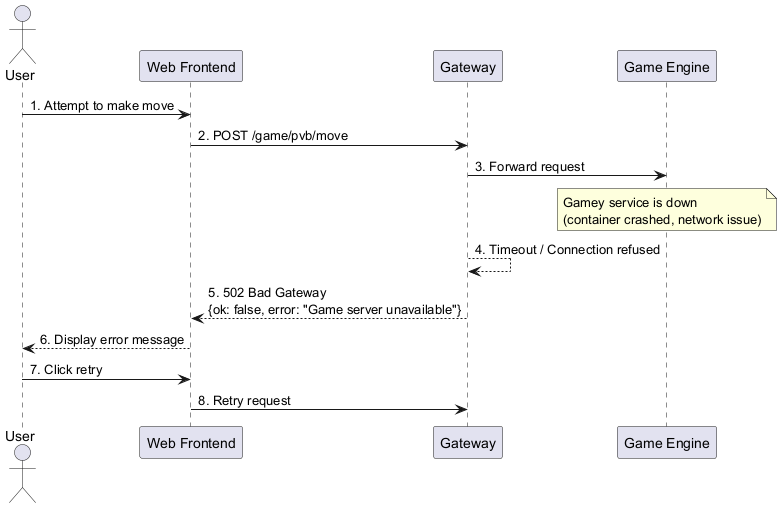
This is images/Game Engine Down.png from Arquisoft/yovi_en2c, a PlantUML export, as it was before one commit.
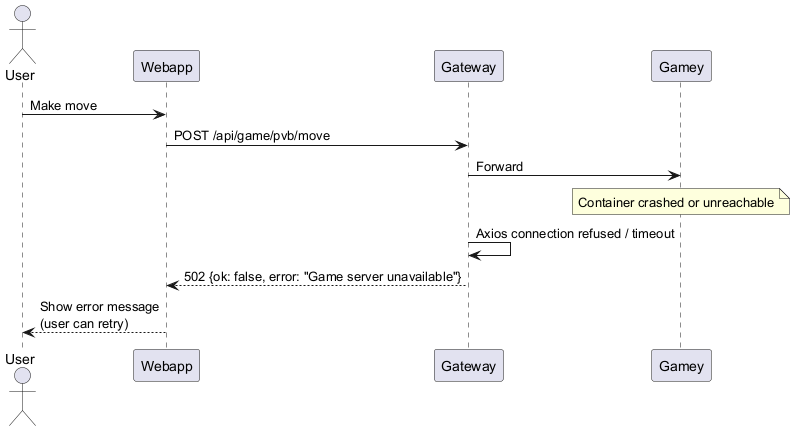
The same diagram one commit later.

Change to the diagram source:
```diff
@@ -1,20 +1,16 @@
 @startuml
 actor "User" as User
-participant "Web Frontend" as Webapp
-participant "Gateway" as Gateway
-participant "Game Engine" as Gamey
+participant "Webapp" as WA
+participant "Gateway" as GW
+participant "Gamey" as Gamey
 
-User -> Webapp: 1. Attempt to make move
-Webapp -> Gateway: 2. POST /game/pvb/move
-Gateway -> Gamey: 3. Forward request
+User -> WA: Make move
+WA -> GW: POST /api/game/pvb/move
+GW -> Gamey: Forward
 
-note over Gamey: Gamey service is down\n(container crashed, network issue)
+note over Gamey: Container crashed or unreachable
 
-Gateway --> Gateway: 4. Timeout / Connection refused
-Gateway --> Webapp: 5. 502 Bad Gateway\n{ok: false, error: "Game server unavailable"}
-Webapp --> User: 6. Display error message
-
-User -> Webapp: 7. Click retry
-Webapp -> Gateway: 8. Retry request
-
+GW -> GW: Axios connection refused / timeout
+GW --> WA: 502 {ok: false, error: "Game server unavailable"}
+WA --> User: Show error message\n(user can retry)
 @enduml
```
